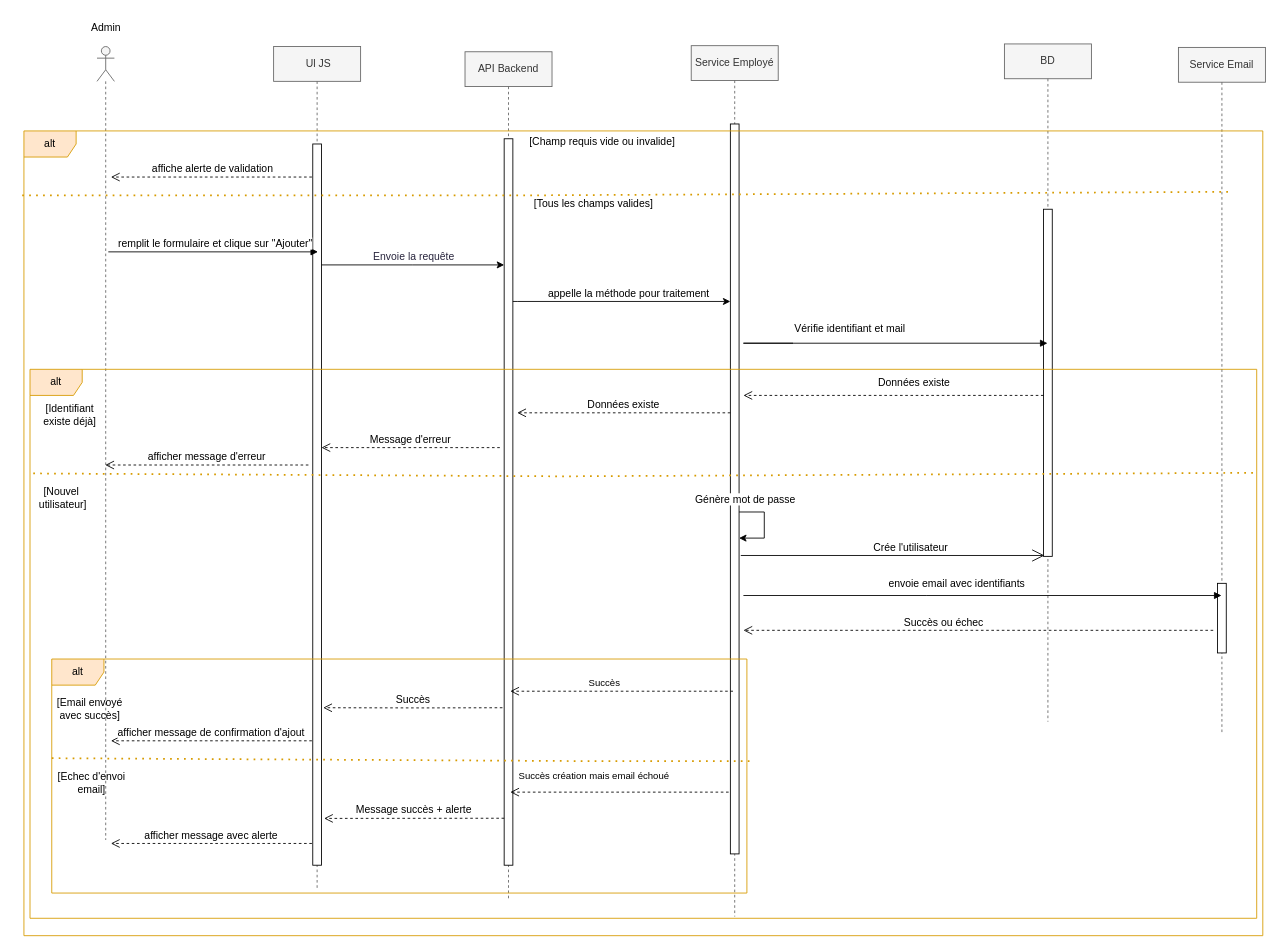
Before: Diagramme sans nom.drawio in nourmef/nour, a draw.io diagram. Source tidied: cells renumbered, new cells numbered last; positions are measured from the earlier drawing's top-left corner, leaving out a move shared by most shapes. Both pictures are drawn from the tidied source at 87%, with x=0, y=0 at pixel (15, 15).
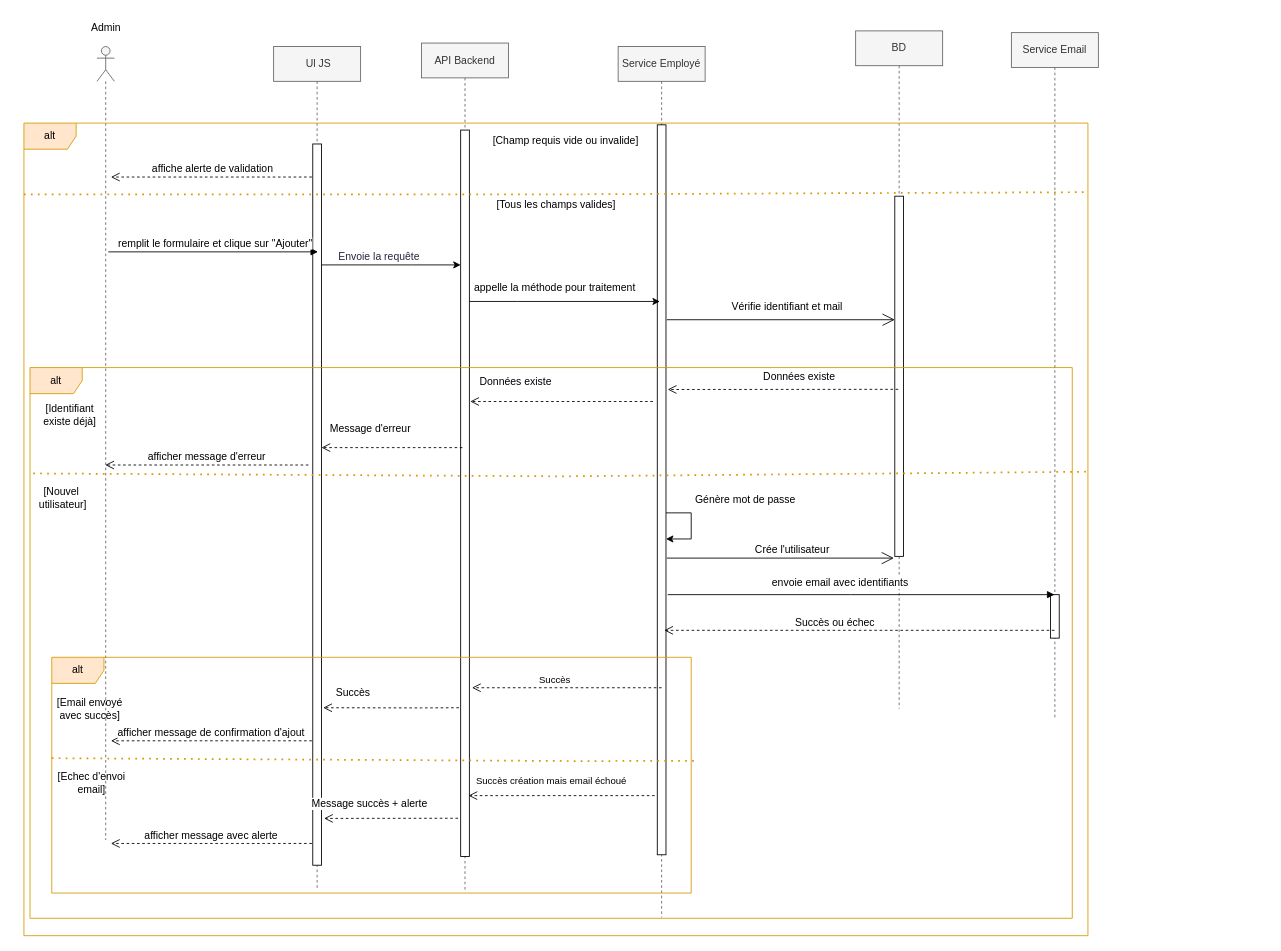
The same page after the edit.

Commit message (it also covers changes not shown here):
Mettre à jour Diagramme sans nom.drawio

The change refers to these unchanged cells:
```xml
<mxCell id="5" style="html=1;points=[[0,0,0,0,5],[0,1,0,0,-5],[1,0,0,0,5],[1,1,0,0,-5]];perimeter=orthogonalPerimeter;outlineConnect=0;targetShapes=umlLifeline;portConstraint=eastwest;newEdgeStyle={&quot;curved&quot;:0,&quot;rounded&quot;:0};" parent="4" vertex="1">
  <mxGeometry x="45" y="112" width="10" height="829" as="geometry" />
</mxCell>
<mxCell id="7" style="html=1;points=[[0,0,0,0,5],[0,1,0,0,-5],[1,0,0,0,5],[1,1,0,0,-5]];perimeter=orthogonalPerimeter;outlineConnect=0;targetShapes=umlLifeline;portConstraint=eastwest;newEdgeStyle={&quot;curved&quot;:0,&quot;rounded&quot;:0};" parent="6" vertex="1">
  <mxGeometry x="45" y="100" width="10" height="835" as="geometry" />
</mxCell>
<mxCell id="9" style="html=1;points=[[0,0,0,0,5],[0,1,0,0,-5],[1,0,0,0,5],[1,1,0,0,-5]];perimeter=orthogonalPerimeter;outlineConnect=0;targetShapes=umlLifeline;portConstraint=eastwest;newEdgeStyle={&quot;curved&quot;:0,&quot;rounded&quot;:0};" parent="8" vertex="1">
  <mxGeometry x="45" y="90" width="10" height="839" as="geometry" />
</mxCell>
```

Change to the diagram source:
```diff
@@
     <mxCell id="6" value="API Backend" style="shape=umlLifeline;perimeter=lifelinePerimeter;whiteSpace=wrap;html=1;newEdgeStyle={&quot;curved&quot;:0,&quot;rounded&quot;:0};fillColor=#f5f5f5;fontColor=#333333;strokeColor=#666666;" parent="1" vertex="1">
-      <mxGeometry x="517" y="42" width="100" height="973" as="geometry" />
+      <mxGeometry x="467" y="32" width="100" height="973" as="geometry" />
     </mxCell>
@@
     <mxCell id="8" value="Service Employé" style="shape=umlLifeline;perimeter=lifelinePerimeter;whiteSpace=wrap;html=1;newEdgeStyle={&quot;curved&quot;:0,&quot;rounded&quot;:0};fillColor=#f5f5f5;fontColor=#333333;strokeColor=#666666;" parent="1" vertex="1">
-      <mxGeometry x="777" y="35" width="100" height="1001" as="geometry" />
+      <mxGeometry x="693" y="36" width="100" height="1001" as="geometry" />
     </mxCell>
@@
     <mxCell id="12" value="BD" style="shape=umlLifeline;perimeter=lifelinePerimeter;whiteSpace=wrap;html=1;outlineConnect=0;portConstraint=eastwest;newEdgeStyle={&quot;curved&quot;:0,&quot;rounded&quot;:0};fillColor=#f5f5f5;fontColor=#333333;strokeColor=#666666;" parent="1" vertex="1">
-      <mxGeometry x="1137" y="33" width="100" height="779" as="geometry" />
+      <mxGeometry x="966" y="18" width="100" height="779" as="geometry" />
     </mxCell>
     <mxCell id="13" style="html=1;perimeter=orthogonalPerimeter;targetShapes=umlLifeline;newEdgeStyle={&quot;curved&quot;:0,&quot;rounded&quot;:0};" parent="12" vertex="1">
-      <mxGeometry x="45" y="190" width="10" height="399" as="geometry" />
+      <mxGeometry x="45" y="190" width="10" height="414" as="geometry" />
     </mxCell>
-    <mxCell id="14" style="html=1;verticalAlign=bottom;endArrow=block;curved=0;rounded=0;exitX=0;exitY=0.75;exitDx=0;exitDy=0;" parent="1" edge="1" source="15" target="12">
-      <mxGeometry relative="1" as="geometry">
-        <Array as="points">
-          <mxPoint x="837" y="377" />
-        </Array>
-      </mxGeometry>
-    </mxCell>
-    <mxCell id="15" value="Vérifie identifiant et mail" style="text;whiteSpace=wrap;" parent="1" vertex="1">
-      <mxGeometry x="894" y="347" width="350" height="40" as="geometry" />
-    </mxCell>
     <mxCell id="16" value="alt" style="shape=umlFrame;whiteSpace=wrap;html=1;fillColor=#ffe6cc;strokeColor=#d79b00;" parent="1" vertex="1">
-      <mxGeometry x="17" y="407" width="1410" height="631" as="geometry" />
+      <mxGeometry x="17" y="405" width="1198" height="633" as="geometry" />
     </mxCell>
@@
     <mxCell id="19" style="edgeStyle=orthogonalEdgeStyle;rounded=0;jettySize=auto;html=1;curved=0;" parent="1" edge="1" source="7">
       <mxGeometry relative="1" as="geometry">
-        <mxPoint x="822" y="329" as="targetPoint" />
+        <mxPoint x="741" y="329" as="targetPoint" />
         <Array as="points">
           <mxPoint x="577" y="329" />
           <mxPoint x="577" y="329" />
         </Array>
       </mxGeometry>
     </mxCell>
     <mxCell id="20" value="&lt;font style=&quot;font-size: 12px;&quot;&gt;appelle la méthode pour traitement&lt;/font&gt;" style="edgeLabel;html=1;align=center;verticalAlign=middle;" parent="19" vertex="1">
       <mxGeometry x="0.07" y="5" relative="1" as="geometry">
-        <mxPoint x="-2" y="-5" as="offset" />
+        <mxPoint x="-20" y="-12" as="offset" />
       </mxGeometry>
     </mxCell>
-    <mxCell id="21" style="endArrow=none;dashed=1;html=1;dashPattern=1 3;strokeWidth=2;rounded=0;exitX=0.001;exitY=0.356;exitDx=0;exitDy=0;fillColor=#ffe6cc;strokeColor=#d79b00;exitPerimeter=0;" parent="1" edge="1">
+    <mxCell id="21" style="endArrow=none;dashed=1;html=1;dashPattern=1 3;strokeWidth=2;rounded=0;exitX=0.001;exitY=0.356;exitDx=0;exitDy=0;fillColor=#ffe6cc;strokeColor=#d79b00;exitPerimeter=0;entryX=1.001;entryY=0.429;entryDx=0;entryDy=0;entryPerimeter=0;" parent="1" edge="1" target="49">
       <mxGeometry relative="1" as="geometry">
         <mxPoint x="20.7" y="526.7" as="sourcePoint" />
-        <mxPoint x="1423.3" y="526" as="targetPoint" />
         <Array as="points">
           <mxPoint x="629.3" y="530" />
         </Array>
       </mxGeometry>
     </mxCell>
     <mxCell id="22" value="&lt;font style=&quot;font-size: 12px;&quot;&gt;Données existe&lt;/font&gt;" style="html=1;verticalAlign=bottom;endArrow=open;dashed=1;endSize=8;curved=0;rounded=0;" parent="1" edge="1">
       <mxGeometry x="-0.13" y="-5" relative="1" as="geometry">
-        <mxPoint x="1182" y="437" as="sourcePoint" />
-        <mxPoint x="837" y="437" as="targetPoint" />
+        <mxPoint x="1015" y="430" as="sourcePoint" />
+        <mxPoint x="750" y="430.2" as="targetPoint" />
         <mxPoint x="1" as="offset" />
       </mxGeometry>
     </mxCell>
-    <mxCell id="23" value="&lt;font style=&quot;font-size: 12px;&quot;&gt;Données existe&lt;/font&gt;" style="html=1;verticalAlign=bottom;endArrow=open;dashed=1;endSize=8;curved=0;rounded=0;" parent="1" edge="1" source="9">
-      <mxGeometry relative="1" as="geometry">
-        <mxPoint x="577" y="457" as="targetPoint" />
+    <mxCell id="23" value="&lt;font style=&quot;font-size: 12px;&quot;&gt;Données existe&lt;/font&gt;" style="html=1;verticalAlign=bottom;endArrow=open;dashed=1;endSize=8;curved=0;rounded=0;" parent="1" edge="1">
+      <mxGeometry x="0.5" y="-13" relative="1" as="geometry">
+        <mxPoint x="733" y="444" as="sourcePoint" />
+        <mxPoint x="523" y="444" as="targetPoint" />
       </mxGeometry>
     </mxCell>
     <mxCell id="24" value="&lt;font style=&quot;font-size: 12px;&quot;&gt;Message d'erreur&lt;/font&gt;" style="html=1;verticalAlign=bottom;endArrow=open;dashed=1;endSize=8;curved=0;rounded=0;" parent="1" edge="1" target="5">
-      <mxGeometry relative="1" as="geometry">
-        <mxPoint x="557" y="497" as="sourcePoint" />
+      <mxGeometry x="0.31" y="-12" relative="1" as="geometry">
+        <mxPoint x="514" y="497" as="sourcePoint" />
         <Array as="points">
           <mxPoint x="457" y="497" />
         </Array>
       </mxGeometry>
     </mxCell>
@@
     <mxCell id="27" value="Service Email" style="shape=umlLifeline;perimeter=lifelinePerimeter;whiteSpace=wrap;html=1;outlineConnect=0;portConstraint=eastwest;newEdgeStyle={&quot;curved&quot;:0,&quot;rounded&quot;:0};fillColor=#f5f5f5;fontColor=#333333;strokeColor=#666666;" parent="1" vertex="1">
-      <mxGeometry x="1337" y="37" width="100" height="788" as="geometry" />
+      <mxGeometry x="1145" y="20" width="100" height="788" as="geometry" />
     </mxCell>
     <mxCell id="28" style="html=1;perimeter=orthogonalPerimeter;targetShapes=umlLifeline;newEdgeStyle={&quot;curved&quot;:0,&quot;rounded&quot;:0};" parent="27" vertex="1">
-      <mxGeometry x="45" y="616" width="10" height="80" as="geometry" />
+      <mxGeometry x="45" y="646" width="10" height="50" as="geometry" />
     </mxCell>
     <mxCell id="29" value="&lt;font style=&quot;font-size: 12px;&quot;&gt;envoie email avec identifiants&lt;/font&gt;" style="html=1;verticalAlign=bottom;endArrow=block;curved=0;rounded=0;" parent="1" edge="1" target="27">
       <mxGeometry x="-0.11" y="4" relative="1" as="geometry">
-        <mxPoint x="837" y="667" as="sourcePoint" />
+        <mxPoint x="750" y="666" as="sourcePoint" />
         <Array as="points">
-          <mxPoint x="1047" y="667" />
+          <mxPoint x="960" y="666" />
         </Array>
       </mxGeometry>
     </mxCell>
-    <mxCell id="30" style="html=1;verticalAlign=bottom;endArrow=open;dashed=1;endSize=8;curved=0;rounded=0;" parent="1" edge="1">
+    <mxCell id="30" style="html=1;verticalAlign=bottom;endArrow=open;dashed=1;endSize=8;curved=0;rounded=0;" parent="1" edge="1" source="27">
       <mxGeometry relative="1" as="geometry">
-        <mxPoint x="1377" y="707" as="sourcePoint" />
-        <mxPoint x="837" y="707" as="targetPoint" />
+        <mxPoint x="746" y="707" as="targetPoint" />
       </mxGeometry>
     </mxCell>
@@
     <mxCell id="33" style="endArrow=open;endFill=1;endSize=12;html=1;rounded=0;" parent="1" edge="1">
       <mxGeometry relative="1" as="geometry">
-        <mxPoint x="834" y="621" as="sourcePoint" />
-        <mxPoint x="1183" y="621" as="targetPoint" />
+        <mxPoint x="749" y="624" as="sourcePoint" />
+        <mxPoint x="1010" y="624" as="targetPoint" />
       </mxGeometry>
     </mxCell>
@@
     <mxCell id="36" value="alt" style="shape=umlFrame;whiteSpace=wrap;html=1;fillColor=#ffe6cc;strokeColor=#d79b00;" parent="1" vertex="1">
-      <mxGeometry x="42" y="740" width="799" height="269" as="geometry" />
+      <mxGeometry x="42" y="738" width="735" height="271" as="geometry" />
     </mxCell>
@@
     <mxCell id="38" value="&lt;br&gt;&lt;div&gt;&lt;br&gt;&lt;/div&gt;&lt;div&gt;&lt;br&gt;&lt;/div&gt;&lt;div&gt;&lt;br&gt;&lt;/div&gt;&lt;div&gt;&lt;br&gt;&lt;/div&gt;&lt;div&gt;&lt;br&gt;&lt;/div&gt;&lt;div&gt;&lt;br&gt;&lt;/div&gt;&lt;div&gt;&lt;br&gt;&lt;/div&gt;&lt;div&gt;&lt;br&gt;&lt;/div&gt;&lt;div&gt;&lt;br&gt;&lt;/div&gt;&lt;div&gt;&lt;br&gt;&lt;/div&gt;&lt;div&gt;&lt;br&gt;&lt;/div&gt;" style="html=1;verticalAlign=bottom;endArrow=open;dashed=1;endSize=8;curved=0;rounded=0;" parent="1" edge="1">
       <mxGeometry relative="1" as="geometry">
-        <mxPoint x="825" y="777" as="sourcePoint" />
-        <mxPoint x="569" y="777" as="targetPoint" />
+        <mxPoint x="743" y="773" as="sourcePoint" />
+        <mxPoint x="525" y="773" as="targetPoint" />
       </mxGeometry>
     </mxCell>
@@
     <mxCell id="40" value="&lt;font style=&quot;font-size: 12px;&quot;&gt;Succès&lt;/font&gt;" style="html=1;verticalAlign=bottom;endArrow=open;dashed=1;endSize=8;curved=0;rounded=0;" parent="1" edge="1">
-      <mxGeometry relative="1" as="geometry">
-        <mxPoint x="560" y="796" as="sourcePoint" />
+      <mxGeometry x="0.57" y="-8" relative="1" as="geometry">
+        <mxPoint x="510" y="796" as="sourcePoint" />
         <mxPoint x="354" y="796" as="targetPoint" />
         <Array as="points">
           <mxPoint x="467" y="796.2" />
         </Array>
       </mxGeometry>
     </mxCell>
@@
     <mxCell id="44" value="&lt;br&gt;&lt;div&gt;&lt;br&gt;&lt;/div&gt;&lt;div&gt;&lt;br&gt;&lt;/div&gt;&lt;div&gt;&lt;br&gt;&lt;/div&gt;&lt;div&gt;&lt;br&gt;&lt;/div&gt;&lt;div&gt;&lt;br&gt;&lt;/div&gt;&lt;div&gt;&lt;br&gt;&lt;/div&gt;&lt;div&gt;&lt;br&gt;&lt;/div&gt;&lt;div&gt;&lt;br&gt;&lt;/div&gt;&lt;div&gt;&lt;br&gt;&lt;/div&gt;&lt;div&gt;&lt;br&gt;&lt;/div&gt;&lt;div&gt;&lt;br&gt;&lt;/div&gt;" style="html=1;verticalAlign=bottom;endArrow=open;dashed=1;endSize=8;curved=0;rounded=0;" parent="1" edge="1">
       <mxGeometry x="-0.19" y="13" relative="1" as="geometry">
-        <mxPoint x="820" y="893" as="sourcePoint" />
-        <mxPoint x="569" y="893" as="targetPoint" />
+        <mxPoint x="735" y="897" as="sourcePoint" />
+        <mxPoint x="521" y="897" as="targetPoint" />
       </mxGeometry>
     </mxCell>
     <mxCell id="45" value="Succès création mais email échoué" style="edgeLabel;html=1;align=center;verticalAlign=middle;" parent="44" vertex="1">
       <mxGeometry x="0.32" y="4" relative="1" as="geometry">
-        <mxPoint x="10" y="-24" as="offset" />
+        <mxPoint x="21" y="-22" as="offset" />
       </mxGeometry>
     </mxCell>
     <mxCell id="46" value="&lt;font style=&quot;font-size: 12px;&quot;&gt;Message succès + alerte&lt;/font&gt;" style="html=1;verticalAlign=bottom;endArrow=open;dashed=1;endSize=8;curved=0;rounded=0;" parent="1" edge="1">
-      <mxGeometry relative="1" as="geometry">
-        <mxPoint x="562" y="923" as="sourcePoint" />
+      <mxGeometry x="0.31" y="-7" relative="1" as="geometry">
+        <mxPoint x="509" y="923" as="sourcePoint" />
         <mxPoint x="355" y="923.2" as="targetPoint" />
+        <mxPoint x="-1" as="offset" />
       </mxGeometry>
     </mxCell>
-    <mxCell id="47" style="endArrow=none;dashed=1;html=1;dashPattern=1 3;strokeWidth=2;rounded=0;exitX=0.001;exitY=0.356;exitDx=0;exitDy=0;fillColor=#ffe6cc;strokeColor=#d79b00;exitPerimeter=0;entryX=1.008;entryY=0.599;entryDx=0;entryDy=0;entryPerimeter=0;" parent="1" edge="1">
+    <mxCell id="47" style="endArrow=none;dashed=1;html=1;dashPattern=1 3;strokeWidth=2;rounded=0;exitX=0.001;exitY=0.356;exitDx=0;exitDy=0;fillColor=#ffe6cc;strokeColor=#d79b00;exitPerimeter=0;" parent="1" edge="1">
       <mxGeometry relative="1" as="geometry">
         <mxPoint x="42" y="854" as="sourcePoint" />
-        <mxPoint x="847" y="857.3" as="targetPoint" />
+        <mxPoint x="783" y="857" as="targetPoint" />
         <Array as="points">
           <mxPoint x="650.6" y="857.3" />
         </Array>
       </mxGeometry>
     </mxCell>
@@
     <mxCell id="49" value="alt" style="shape=umlFrame;whiteSpace=wrap;html=1;fillColor=#ffe6cc;strokeColor=#d79b00;" parent="1" vertex="1">
-      <mxGeometry x="10" y="133" width="1424" height="925" as="geometry" />
+      <mxGeometry x="10" y="124" width="1223" height="934" as="geometry" />
     </mxCell>
     <mxCell id="50" value="[Champ requis vide ou invalide]" style="text;strokeColor=none;align=center;fillColor=none;html=1;verticalAlign=middle;whiteSpace=wrap;rounded=0;" parent="1" vertex="1">
-      <mxGeometry x="585" y="131" width="180" height="30" as="geometry" />
+      <mxGeometry x="543" y="130" width="180" height="30" as="geometry" />
     </mxCell>
     <mxCell id="51" value="[Tous les champs valides]" style="text;strokeColor=none;align=center;fillColor=none;html=1;verticalAlign=middle;whiteSpace=wrap;rounded=0;" parent="1" vertex="1">
-      <mxGeometry x="575" y="202" width="180" height="30" as="geometry" />
+      <mxGeometry x="532" y="203" width="180" height="30" as="geometry" />
     </mxCell>
-    <mxCell id="52" style="endArrow=none;dashed=1;html=1;dashPattern=1 3;strokeWidth=2;rounded=0;fillColor=#ffe6cc;strokeColor=#d79b00;" parent="1" edge="1">
+    <mxCell id="52" style="endArrow=none;dashed=1;html=1;dashPattern=1 3;strokeWidth=2;rounded=0;fillColor=#ffe6cc;strokeColor=#d79b00;entryX=0.999;entryY=0.085;entryDx=0;entryDy=0;entryPerimeter=0;" parent="1" edge="1" target="49">
       <mxGeometry relative="1" as="geometry">
-        <mxPoint x="8" y="207" as="sourcePoint" />
-        <mxPoint x="1394.6" y="203" as="targetPoint" />
+        <mxPoint x="10" y="206" as="sourcePoint" />
         <Array as="points">
-          <mxPoint x="600.6" y="207" />
+          <mxPoint x="602.6" y="206" />
         </Array>
       </mxGeometry>
     </mxCell>
@@
+    <mxCell id="54" style="endArrow=open;endFill=1;endSize=12;html=1;rounded=0;" parent="1" edge="1">
+      <mxGeometry relative="1" as="geometry">
+        <mxPoint x="749" y="350" as="sourcePoint" />
+        <mxPoint x="1011" y="350" as="targetPoint" />
+      </mxGeometry>
+    </mxCell>
+    <mxCell id="15" value="Vérifie identifiant et mail" style="text;html=1;align=center;verticalAlign=middle;points=[];strokeColor=none;fillColor=none;" parent="1" vertex="1">
+      <mxGeometry x="814" y="322" width="145" height="26" as="geometry" />
+    </mxCell>
```
